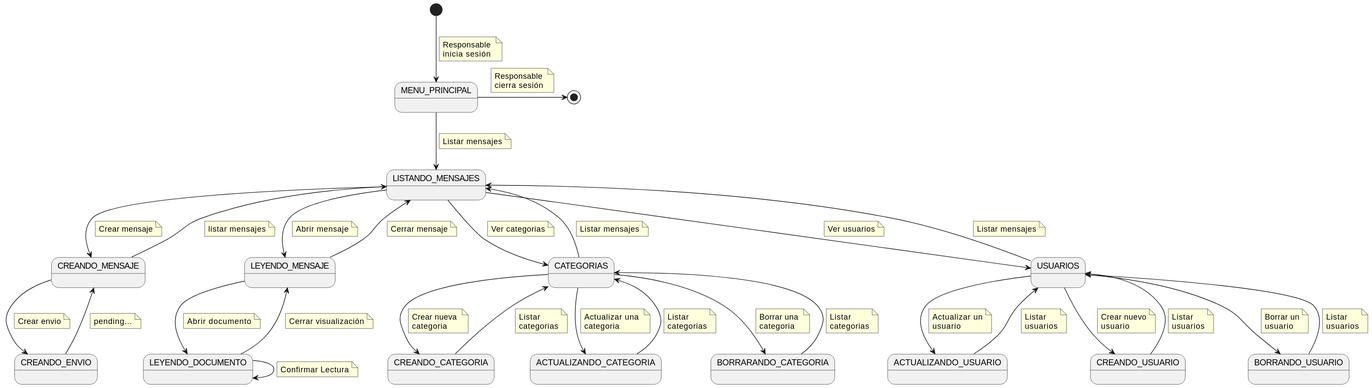
Above: docs/casosDeUso/diagramaDeContexto/DiagramaDeContextoResponsable/diagramaContextoResponable.svg in mmasias/24-25-IdSw1-SDR (PlantUML), before the change. The source it was exported from:
```plantuml
@startuml
state "MENU_PRINCIPAL" as Menu
state "LISTANDO_MENSAJES" as ListandoMensajes
state "CREANDO_MENSAJE" as CreandoMensaje
state "LEYENDO_MENSAJE" as LeyendoMensaje
state "LEYENDO_DOCUMENTO" as LeyendoDocumento
state "CREANDO_ENVIO" as CreandoEnvio
state "CATEGORIAS" as Categorias
state "CREANDO_CATEGORIA" as CreandoCategoria
state "ACTUALIZANDO_CATEGORIA" as ActualizandoCategoria
state "BORRARANDO_CATEGORIA" as BorrandoCategoria
state "USUARIOS" as Usuarios
state "ACTUALIZANDO_USUARIO" as ActualizandoUsuario
state "CREANDO_USUARIO" as CreandoUsuario
state "BORRANDO_USUARIO" as BorrandoUsuario

[*] --> Menu
    note on link
        Responsable
        inicia sesión
    end note

Menu -> [*]
    note on link
        Responsable
        cierra sesión
    end note

Menu --> ListandoMensajes
    note on link
        Listar mensajes
    end note

ListandoMensajes --> LeyendoMensaje
    note on link
        Abrir mensaje
    end note

LeyendoMensaje --> LeyendoDocumento
    note on link
        Abrir documento
    end note

LeyendoDocumento --> LeyendoDocumento
    note on link
        Confirmar Lectura
    end note

LeyendoDocumento --> LeyendoMensaje
    note on link
        Cerrar visualización
    end note

LeyendoMensaje --> ListandoMensajes
    note on link
        Cerrar mensaje
    end note

ListandoMensajes --> CreandoMensaje
    note on link
        Crear mensaje
    end note

CreandoMensaje --> CreandoEnvio
    note on link
        Crear envio
    end note

CreandoEnvio --> CreandoMensaje
    note on link
        pending...
    end note

CreandoMensaje --> ListandoMensajes
    note on link
        listar mensajes
    end note

ListandoMensajes --> Categorias
    note on link
        Ver categorias
    end note

Categorias --> CreandoCategoria
    note on link
        Crear nueva
        categoria
    end note

CreandoCategoria --> Categorias
    note on link
        Listar
        categorias
    end note

Categorias --> ActualizandoCategoria
    note on link
        Actualizar una
        categoria
    end note

ActualizandoCategoria --> Categorias
    note on link
        Listar
        categorias
    end note

Categorias --> BorrandoCategoria
    note on link
        Borrar una
        categoria
    end note

BorrandoCategoria --> Categorias
    note on link
        Listar
        categorias
    end note

Categorias --> ListandoMensajes
    note on link
        Listar mensajes
    end note

ListandoMensajes --> Usuarios
    note on link
        Ver usuarios
    end note

Usuarios --> CreandoUsuario
    note on link
        Crear nuevo
        usuario
    end note

CreandoUsuario --> Usuarios
    note on link
        Listar
        usuarios
    end note

Usuarios --> ActualizandoUsuario
    note on link
        Actualizar un
        usuario
    end note

ActualizandoUsuario --> Usuarios
    note on link
        Listar
        usuarios
    end note

Usuarios --> BorrandoUsuario
    note on link
        Borrar un
        usuario
    end note

BorrandoUsuario --> Usuarios
    note on link
        Listar
        usuarios
    end note

Usuarios --> ListandoMensajes
    note on link
        Listar mensajes
    end note
@enduml
```
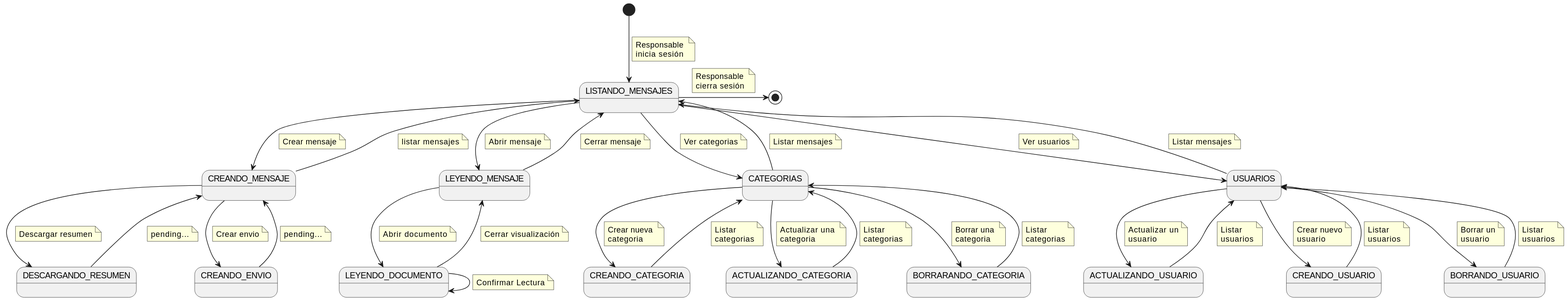
The same file after the commit.

Diff of the diagram source:
```diff
@@ -1,7 +1,7 @@
 @startuml
-state "MENU_PRINCIPAL" as Menu
 state "LISTANDO_MENSAJES" as ListandoMensajes
 state "CREANDO_MENSAJE" as CreandoMensaje
+state "DESCARGANDO_RESUMEN" as DescargandoResumen
 state "LEYENDO_MENSAJE" as LeyendoMensaje
 state "LEYENDO_DOCUMENTO" as LeyendoDocumento
 state "CREANDO_ENVIO" as CreandoEnvio
@@ -14,22 +14,18 @@
 state "CREANDO_USUARIO" as CreandoUsuario
 state "BORRANDO_USUARIO" as BorrandoUsuario
 
-[*] --> Menu
+[*] --> ListandoMensajes
     note on link
         Responsable
         inicia sesión
     end note
 
-Menu -> [*]
+ListandoMensajes -> [*]
     note on link
         Responsable
         cierra sesión
     end note
 
-Menu --> ListandoMensajes
-    note on link
-        Listar mensajes
-    end note
 
 ListandoMensajes --> LeyendoMensaje
     note on link
@@ -67,6 +63,16 @@
     end note
 
 CreandoEnvio --> CreandoMensaje
+    note on link
+        pending...
+    end note
+
+CreandoMensaje --> DescargandoResumen
+    note on link
+        Descargar resumen
+    end note
+
+DescargandoResumen --> CreandoMensaje
     note on link
         pending...
     end note
```
